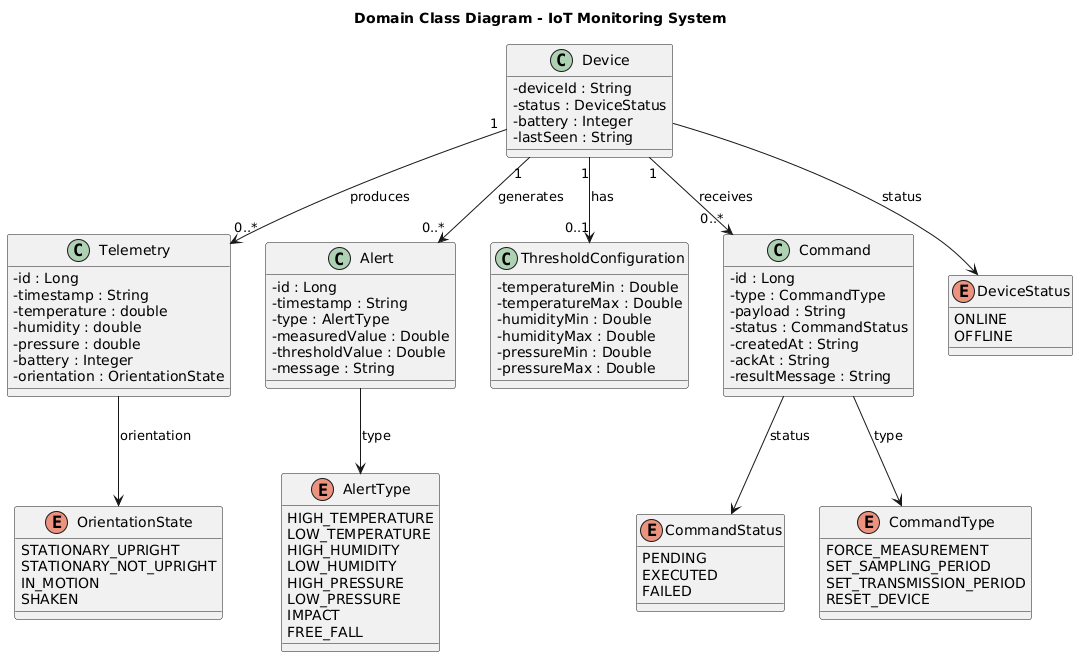
The PlantUML diagram Iterazione1/DomainClass Diagram_v0.png in rob-bra/iot-sys, before a commit.
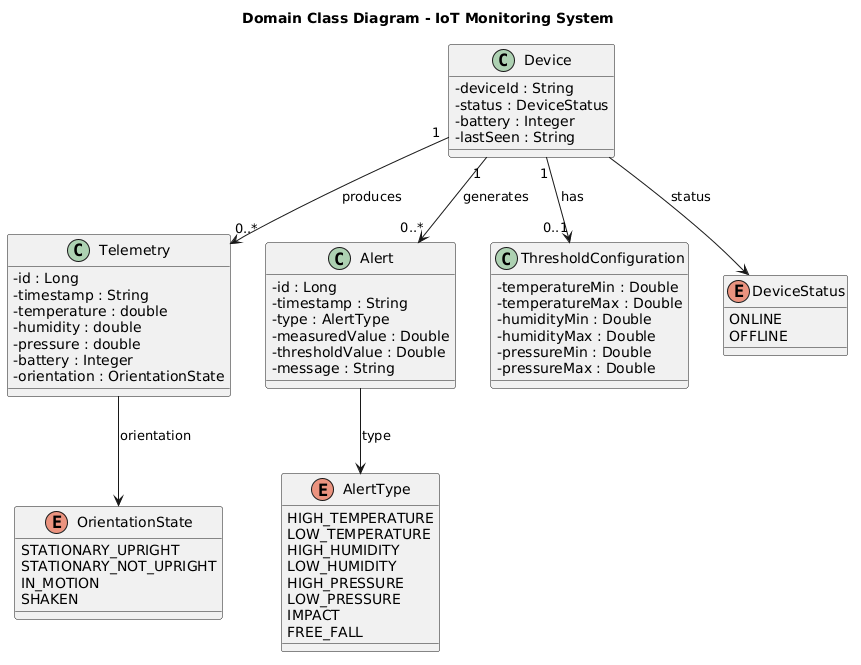
The same diagram one commit later.

Change to the diagram source:
```diff
@@ -1,8 +1,8 @@
 @startuml
 title Domain Class Diagram - IoT Monitoring System
 
-skinparam shadowing false
 skinparam classAttributeIconSize 0
+skinparam packageStyle rectangle
 
 class Device {
   -deviceId : String
@@ -39,19 +39,16 @@
   -pressureMax : Double
 }
 
-class Command {
-  -id : Long
-  -type : CommandType
-  -payload : String
-  -status : CommandStatus
-  -createdAt : String
-  -ackAt : String
-  -resultMessage : String
-}
-
 enum DeviceStatus {
   ONLINE
   OFFLINE
+}
+
+enum OrientationState {
+  STATIONARY_UPRIGHT
+  STATIONARY_NOT_UPRIGHT
+  IN_MOTION
+  SHAKEN
 }
 
 enum AlertType {
@@ -65,34 +62,12 @@
   FREE_FALL
 }
 
-enum CommandStatus {
-  PENDING
-  EXECUTED
-  FAILED
-}
-
-enum CommandType {
-  FORCE_MEASUREMENT
-  SET_SAMPLING_PERIOD
-  SET_TRANSMISSION_PERIOD
-  RESET_DEVICE
-}
-
-enum OrientationState {
-  STATIONARY_UPRIGHT
-  STATIONARY_NOT_UPRIGHT
-  IN_MOTION
-  SHAKEN
-}
 
 Device "1" --> "0..*" Telemetry : produces
 Device "1" --> "0..*" Alert : generates
-Device "1" --> "0..*" Command : receives
 Device "1" --> "0..1" ThresholdConfiguration : has
 
 Device --> DeviceStatus : status
 Telemetry --> OrientationState : orientation
 Alert --> AlertType : type
-Command --> CommandType : type
-Command --> CommandStatus : status
 @enduml
```
